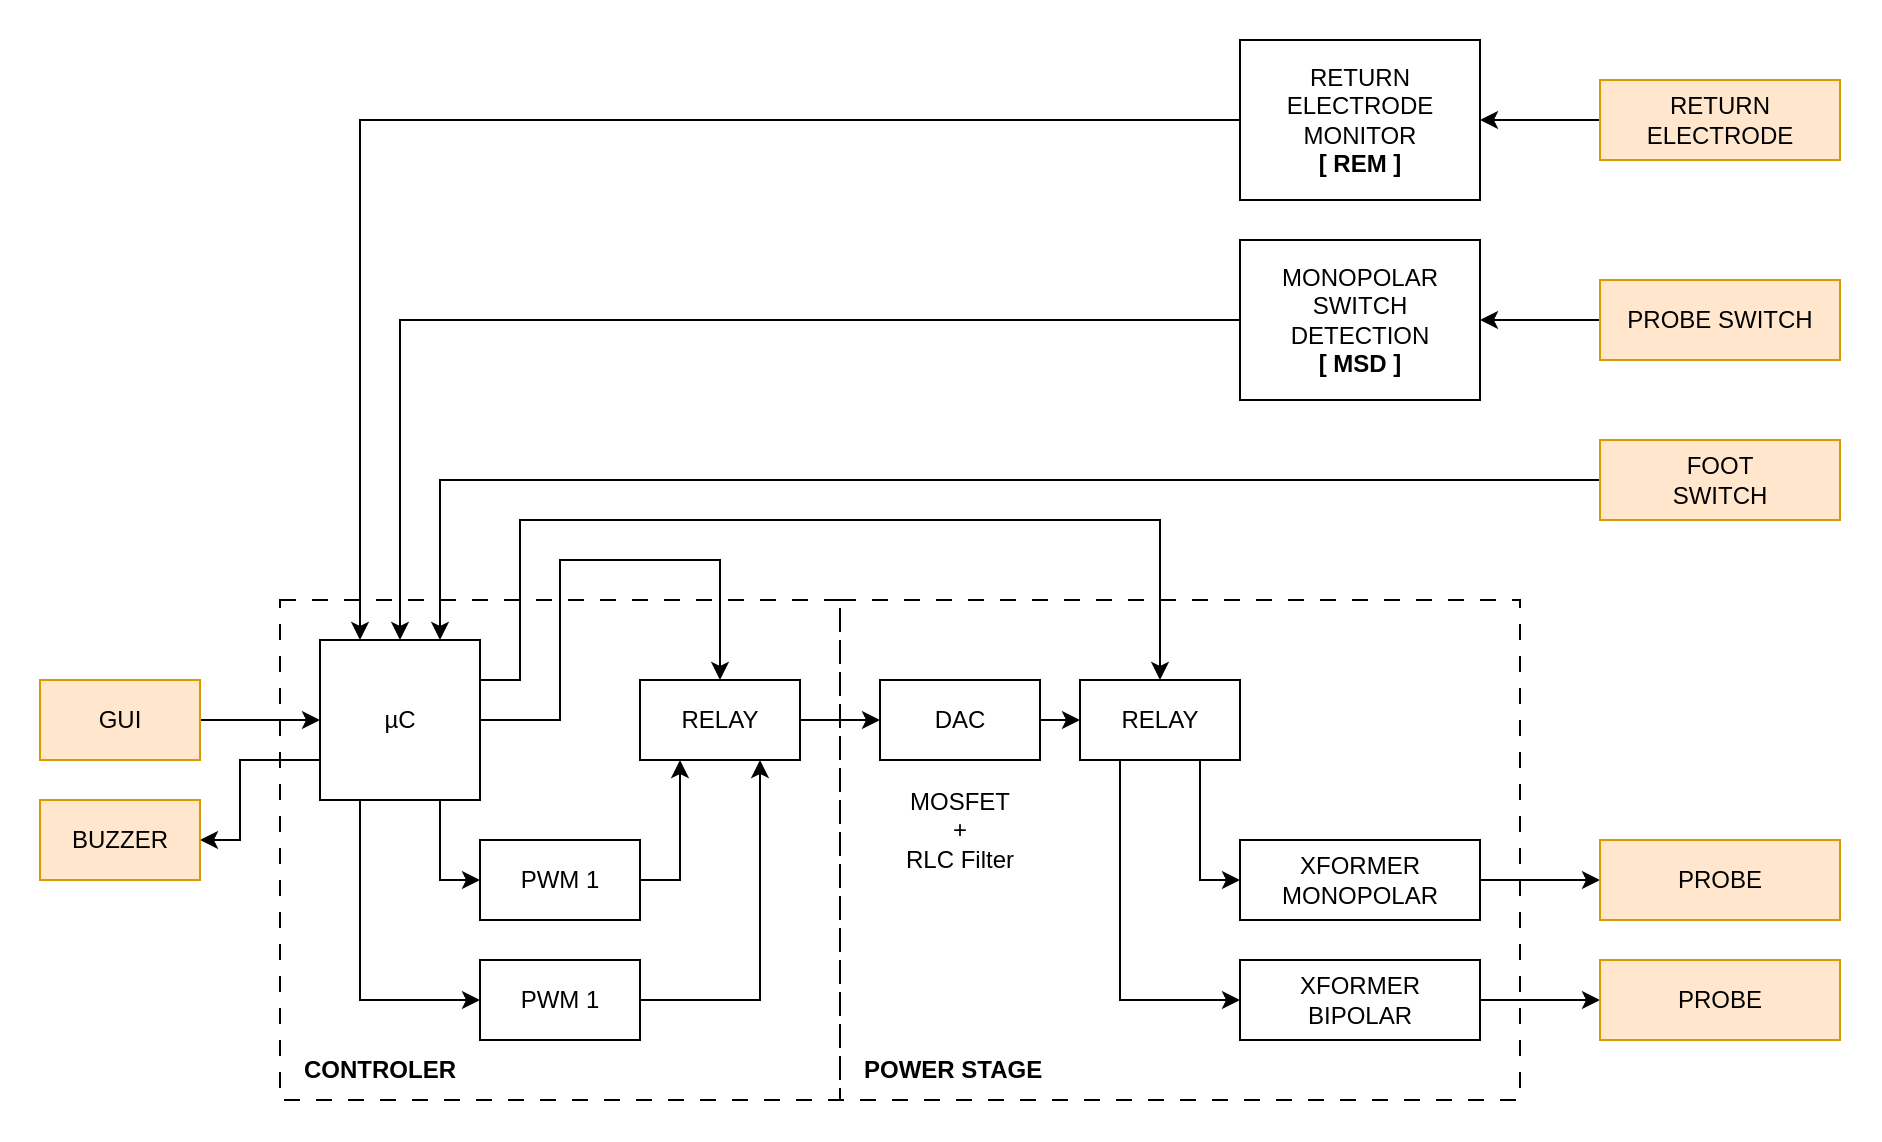
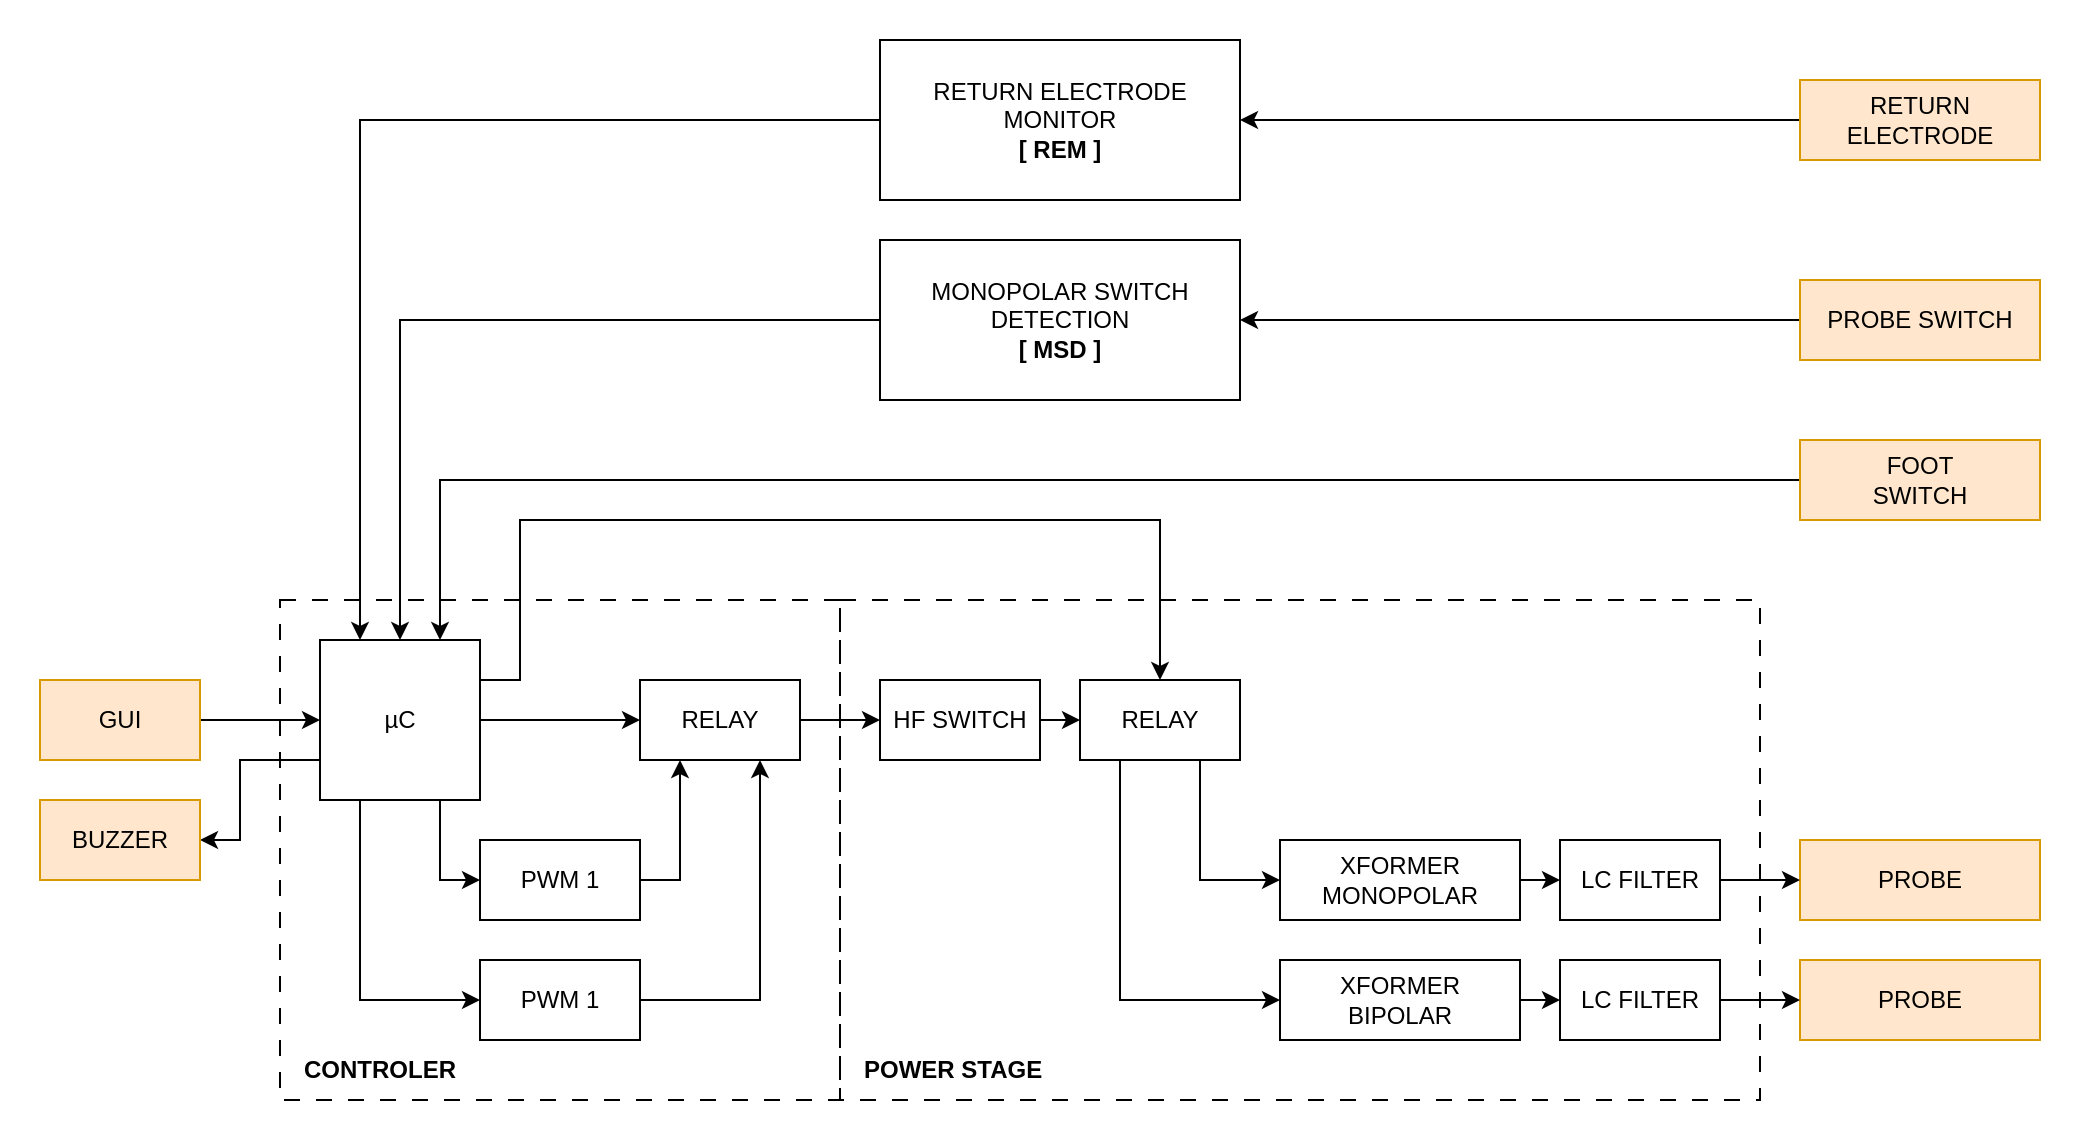
- <mxfile host="app.diagrams.net" agent="Mozilla/5.0 (Macintosh; Intel Mac OS X 10_15_7) AppleWebKit/605.1.15 (KHTML, like Gecko) Version/18.0 Safari/605.1.15" version="26.1.1">
+ <mxfile host="Electron" agent="Mozilla/5.0 (Macintosh; Intel Mac OS X 10_15_7) AppleWebKit/537.36 (KHTML, like Gecko) draw.io/27.0.9 Chrome/134.0.6998.205 Electron/35.4.0 Safari/537.36" version="27.0.9">
  <diagram name="Page-1" id="lGJAKMOtNASJiG4ymPsX">
-     <mxGraphModel dx="2213" dy="924" grid="1" gridSize="10" guides="1" tooltips="1" connect="1" arrows="1" fold="1" page="1" pageScale="1" pageWidth="850" pageHeight="1100" math="0" shadow="0">
+     <mxGraphModel dx="1113" dy="861" grid="1" gridSize="10" guides="1" tooltips="1" connect="1" arrows="1" fold="1" page="1" pageScale="1" pageWidth="850" pageHeight="1100" math="0" shadow="0">
      <root>
        <mxCell id="0" />
        <mxCell id="1" parent="0" />
-         <mxCell id="9y6h02osWJ8CDRBxh5Tl-43" value="" style="rounded=0;whiteSpace=wrap;html=1;fillColor=none;strokeColor=none;" vertex="1" parent="1">
-           <mxGeometry x="-120" y="80" width="940" height="570" as="geometry" />
+         <mxCell id="9y6h02osWJ8CDRBxh5Tl-43" value="" style="rounded=0;whiteSpace=wrap;html=1;fillColor=none;strokeColor=none;labelBackgroundColor=none;fillStyle=solid;" parent="1" vertex="1">
+           <mxGeometry y="80" width="1040" height="570" as="geometry" />
        </mxCell>
-         <mxCell id="9y6h02osWJ8CDRBxh5Tl-30" value="" style="rounded=0;whiteSpace=wrap;html=1;fillColor=none;dashed=1;dashPattern=8 8;" vertex="1" parent="1">
-           <mxGeometry x="20" y="380" width="280" height="250" as="geometry" />
+         <mxCell id="9y6h02osWJ8CDRBxh5Tl-30" value="" style="rounded=0;whiteSpace=wrap;html=1;fillColor=none;dashed=1;dashPattern=8 8;" parent="1" vertex="1">
+           <mxGeometry x="140" y="380" width="280" height="250" as="geometry" />
        </mxCell>
-         <mxCell id="9y6h02osWJ8CDRBxh5Tl-33" value="" style="rounded=0;whiteSpace=wrap;html=1;fillColor=none;dashed=1;dashPattern=8 8;" vertex="1" parent="1">
-           <mxGeometry x="300" y="380" width="340" height="250" as="geometry" />
+         <mxCell id="9y6h02osWJ8CDRBxh5Tl-33" value="" style="rounded=0;whiteSpace=wrap;html=1;fillColor=none;dashed=1;dashPattern=8 8;" parent="1" vertex="1">
+           <mxGeometry x="420" y="380" width="460" height="250" as="geometry" />
        </mxCell>
-         <mxCell id="9y6h02osWJ8CDRBxh5Tl-16" style="edgeStyle=orthogonalEdgeStyle;rounded=0;orthogonalLoop=1;jettySize=auto;html=1;exitX=1;exitY=0.5;exitDx=0;exitDy=0;entryX=0;entryY=0.5;entryDx=0;entryDy=0;" edge="1" parent="1" source="9y6h02osWJ8CDRBxh5Tl-57" target="9y6h02osWJ8CDRBxh5Tl-58">
+         <mxCell id="9y6h02osWJ8CDRBxh5Tl-16" style="edgeStyle=orthogonalEdgeStyle;rounded=0;orthogonalLoop=1;jettySize=auto;html=1;exitX=1;exitY=0.5;exitDx=0;exitDy=0;entryX=0;entryY=0.5;entryDx=0;entryDy=0;" parent="1" source="9y6h02osWJ8CDRBxh5Tl-57" target="9y6h02osWJ8CDRBxh5Tl-58" edge="1">
+           <mxGeometry relative="1" as="geometry">
+             <mxPoint x="600" y="440" as="sourcePoint" />
+             <mxPoint x="640" y="440" as="targetPoint" />
+           </mxGeometry>
+         </mxCell>
+         <mxCell id="9y6h02osWJ8CDRBxh5Tl-9" style="edgeStyle=orthogonalEdgeStyle;rounded=0;orthogonalLoop=1;jettySize=auto;html=1;exitX=1;exitY=0.5;exitDx=0;exitDy=0;entryX=0;entryY=0.5;entryDx=0;entryDy=0;" parent="1" source="9y6h02osWJ8CDRBxh5Tl-56" target="9y6h02osWJ8CDRBxh5Tl-57" edge="1">
          <mxGeometry relative="1" as="geometry">
            <mxPoint x="480" y="440" as="sourcePoint" />
            <mxPoint x="520" y="440" as="targetPoint" />
          </mxGeometry>
        </mxCell>
-         <mxCell id="9y6h02osWJ8CDRBxh5Tl-9" style="edgeStyle=orthogonalEdgeStyle;rounded=0;orthogonalLoop=1;jettySize=auto;html=1;exitX=1;exitY=0.5;exitDx=0;exitDy=0;entryX=0;entryY=0.5;entryDx=0;entryDy=0;" edge="1" parent="1" source="9y6h02osWJ8CDRBxh5Tl-56" target="9y6h02osWJ8CDRBxh5Tl-57">
+         <mxCell id="9y6h02osWJ8CDRBxh5Tl-23" style="edgeStyle=orthogonalEdgeStyle;rounded=0;orthogonalLoop=1;jettySize=auto;html=1;exitX=1;exitY=0.25;exitDx=0;exitDy=0;entryX=0.5;entryY=0;entryDx=0;entryDy=0;" parent="1" source="9y6h02osWJ8CDRBxh5Tl-10" target="9y6h02osWJ8CDRBxh5Tl-58" edge="1">
          <mxGeometry relative="1" as="geometry">
-             <mxPoint x="360" y="440" as="sourcePoint" />
-             <mxPoint x="400" y="440" as="targetPoint" />
-           </mxGeometry>
-         </mxCell>
-         <mxCell id="9y6h02osWJ8CDRBxh5Tl-23" style="edgeStyle=orthogonalEdgeStyle;rounded=0;orthogonalLoop=1;jettySize=auto;html=1;exitX=1;exitY=0.25;exitDx=0;exitDy=0;entryX=0.5;entryY=0;entryDx=0;entryDy=0;" edge="1" parent="1" source="9y6h02osWJ8CDRBxh5Tl-10" target="9y6h02osWJ8CDRBxh5Tl-58">
-           <mxGeometry relative="1" as="geometry">
-             <mxPoint x="560" y="400" as="targetPoint" />
+             <mxPoint x="680" y="400" as="targetPoint" />
            <Array as="points">
-               <mxPoint x="140" y="420" />
-               <mxPoint x="140" y="340" />
-               <mxPoint x="460" y="340" />
+               <mxPoint x="260" y="420" />
+               <mxPoint x="260" y="340" />
+               <mxPoint x="580" y="340" />
            </Array>
          </mxGeometry>
        </mxCell>
-         <mxCell id="9y6h02osWJ8CDRBxh5Tl-48" style="edgeStyle=orthogonalEdgeStyle;rounded=0;orthogonalLoop=1;jettySize=auto;html=1;exitX=0;exitY=0.75;exitDx=0;exitDy=0;entryX=1;entryY=0.5;entryDx=0;entryDy=0;" edge="1" parent="1" source="9y6h02osWJ8CDRBxh5Tl-10" target="9y6h02osWJ8CDRBxh5Tl-44">
+         <mxCell id="9y6h02osWJ8CDRBxh5Tl-48" style="edgeStyle=orthogonalEdgeStyle;rounded=0;orthogonalLoop=1;jettySize=auto;html=1;exitX=0;exitY=0.75;exitDx=0;exitDy=0;entryX=1;entryY=0.5;entryDx=0;entryDy=0;" parent="1" source="9y6h02osWJ8CDRBxh5Tl-10" target="9y6h02osWJ8CDRBxh5Tl-44" edge="1">
          <mxGeometry relative="1" as="geometry">
            <Array as="points">
-               <mxPoint y="460" />
-               <mxPoint y="500" />
+               <mxPoint x="120" y="460" />
+               <mxPoint x="120" y="500" />
            </Array>
          </mxGeometry>
        </mxCell>
-         <mxCell id="9y6h02osWJ8CDRBxh5Tl-50" style="edgeStyle=orthogonalEdgeStyle;rounded=0;orthogonalLoop=1;jettySize=auto;html=1;exitX=0.75;exitY=1;exitDx=0;exitDy=0;entryX=0;entryY=0.5;entryDx=0;entryDy=0;" edge="1" parent="1" source="9y6h02osWJ8CDRBxh5Tl-10" target="9y6h02osWJ8CDRBxh5Tl-49">
+         <mxCell id="9y6h02osWJ8CDRBxh5Tl-50" style="edgeStyle=orthogonalEdgeStyle;rounded=0;orthogonalLoop=1;jettySize=auto;html=1;exitX=0.75;exitY=1;exitDx=0;exitDy=0;entryX=0;entryY=0.5;entryDx=0;entryDy=0;" parent="1" source="9y6h02osWJ8CDRBxh5Tl-10" target="9y6h02osWJ8CDRBxh5Tl-49" edge="1">
          <mxGeometry relative="1" as="geometry" />
        </mxCell>
-         <mxCell id="9y6h02osWJ8CDRBxh5Tl-54" style="edgeStyle=orthogonalEdgeStyle;rounded=0;orthogonalLoop=1;jettySize=auto;html=1;exitX=0.25;exitY=1;exitDx=0;exitDy=0;entryX=0;entryY=0.5;entryDx=0;entryDy=0;" edge="1" parent="1" source="9y6h02osWJ8CDRBxh5Tl-10" target="9y6h02osWJ8CDRBxh5Tl-53">
+         <mxCell id="9y6h02osWJ8CDRBxh5Tl-54" style="edgeStyle=orthogonalEdgeStyle;rounded=0;orthogonalLoop=1;jettySize=auto;html=1;exitX=0.25;exitY=1;exitDx=0;exitDy=0;entryX=0;entryY=0.5;entryDx=0;entryDy=0;" parent="1" source="9y6h02osWJ8CDRBxh5Tl-10" target="9y6h02osWJ8CDRBxh5Tl-53" edge="1">
          <mxGeometry relative="1" as="geometry" />
        </mxCell>
-         <mxCell id="9y6h02osWJ8CDRBxh5Tl-60" style="edgeStyle=orthogonalEdgeStyle;rounded=0;orthogonalLoop=1;jettySize=auto;html=1;exitX=1;exitY=0.5;exitDx=0;exitDy=0;entryX=0.5;entryY=0;entryDx=0;entryDy=0;" edge="1" parent="1" source="9y6h02osWJ8CDRBxh5Tl-10" target="9y6h02osWJ8CDRBxh5Tl-56">
+         <mxCell id="9y6h02osWJ8CDRBxh5Tl-60" style="edgeStyle=orthogonalEdgeStyle;rounded=0;orthogonalLoop=1;jettySize=auto;html=1;exitX=1;exitY=0.5;exitDx=0;exitDy=0;entryX=0;entryY=0.5;entryDx=0;entryDy=0;" parent="1" source="9y6h02osWJ8CDRBxh5Tl-10" target="9y6h02osWJ8CDRBxh5Tl-56" edge="1">
          <mxGeometry relative="1" as="geometry">
            <Array as="points">
-               <mxPoint x="160" y="440" />
-               <mxPoint x="160" y="360" />
-               <mxPoint x="240" y="360" />
+               <mxPoint x="320" y="440" />
+               <mxPoint x="320" y="440" />
            </Array>
          </mxGeometry>
        </mxCell>
-         <mxCell id="9y6h02osWJ8CDRBxh5Tl-10" value="µC" style="rounded=0;whiteSpace=wrap;html=1;" vertex="1" parent="1">
-           <mxGeometry x="40" y="400" width="80" height="80" as="geometry" />
+         <mxCell id="9y6h02osWJ8CDRBxh5Tl-10" value="µC" style="rounded=0;whiteSpace=wrap;html=1;" parent="1" vertex="1">
+           <mxGeometry x="160" y="400" width="80" height="80" as="geometry" />
        </mxCell>
-         <mxCell id="9y6h02osWJ8CDRBxh5Tl-69" style="edgeStyle=orthogonalEdgeStyle;rounded=0;orthogonalLoop=1;jettySize=auto;html=1;exitX=1;exitY=0.5;exitDx=0;exitDy=0;entryX=0;entryY=0.5;entryDx=0;entryDy=0;" edge="1" parent="1" source="9y6h02osWJ8CDRBxh5Tl-18" target="9y6h02osWJ8CDRBxh5Tl-67">
+         <mxCell id="bND9FI77Pmz1nXRL4Sbd-13" style="edgeStyle=orthogonalEdgeStyle;rounded=0;orthogonalLoop=1;jettySize=auto;html=1;exitX=1;exitY=0.5;exitDx=0;exitDy=0;entryX=0;entryY=0.5;entryDx=0;entryDy=0;" edge="1" parent="1" source="9y6h02osWJ8CDRBxh5Tl-18" target="bND9FI77Pmz1nXRL4Sbd-8">
          <mxGeometry relative="1" as="geometry" />
        </mxCell>
-         <mxCell id="9y6h02osWJ8CDRBxh5Tl-18" value="XFORMER&lt;div&gt;MONOPOLAR&lt;/div&gt;" style="rounded=0;whiteSpace=wrap;html=1;" vertex="1" parent="1">
-           <mxGeometry x="500" y="500" width="120" height="40" as="geometry" />
+         <mxCell id="9y6h02osWJ8CDRBxh5Tl-18" value="XFORMER&lt;div&gt;MONOPOLAR&lt;/div&gt;" style="rounded=0;whiteSpace=wrap;html=1;" parent="1" vertex="1">
+           <mxGeometry x="640" y="500" width="120" height="40" as="geometry" />
        </mxCell>
-         <mxCell id="9y6h02osWJ8CDRBxh5Tl-70" style="edgeStyle=orthogonalEdgeStyle;rounded=0;orthogonalLoop=1;jettySize=auto;html=1;exitX=1;exitY=0.5;exitDx=0;exitDy=0;" edge="1" parent="1" source="9y6h02osWJ8CDRBxh5Tl-19" target="9y6h02osWJ8CDRBxh5Tl-68">
+         <mxCell id="bND9FI77Pmz1nXRL4Sbd-14" style="edgeStyle=orthogonalEdgeStyle;rounded=0;orthogonalLoop=1;jettySize=auto;html=1;exitX=1;exitY=0.5;exitDx=0;exitDy=0;entryX=0;entryY=0.5;entryDx=0;entryDy=0;" edge="1" parent="1" source="9y6h02osWJ8CDRBxh5Tl-19" target="bND9FI77Pmz1nXRL4Sbd-9">
          <mxGeometry relative="1" as="geometry" />
        </mxCell>
-         <mxCell id="9y6h02osWJ8CDRBxh5Tl-19" value="XFORMER&lt;div&gt;BIPOLAR&lt;/div&gt;" style="rounded=0;whiteSpace=wrap;html=1;" vertex="1" parent="1">
-           <mxGeometry x="500" y="560" width="120" height="40" as="geometry" />
+         <mxCell id="9y6h02osWJ8CDRBxh5Tl-19" value="XFORMER&lt;div&gt;BIPOLAR&lt;/div&gt;" style="rounded=0;whiteSpace=wrap;html=1;" parent="1" vertex="1">
+           <mxGeometry x="640" y="560" width="120" height="40" as="geometry" />
        </mxCell>
-         <mxCell id="9y6h02osWJ8CDRBxh5Tl-25" style="edgeStyle=orthogonalEdgeStyle;rounded=0;orthogonalLoop=1;jettySize=auto;html=1;exitX=0;exitY=0.5;exitDx=0;exitDy=0;entryX=0.5;entryY=0;entryDx=0;entryDy=0;" edge="1" parent="1" source="9y6h02osWJ8CDRBxh5Tl-24" target="9y6h02osWJ8CDRBxh5Tl-10">
+         <mxCell id="9y6h02osWJ8CDRBxh5Tl-25" style="edgeStyle=orthogonalEdgeStyle;rounded=0;orthogonalLoop=1;jettySize=auto;html=1;exitX=0;exitY=0.5;exitDx=0;exitDy=0;entryX=0.5;entryY=0;entryDx=0;entryDy=0;" parent="1" source="9y6h02osWJ8CDRBxh5Tl-24" target="9y6h02osWJ8CDRBxh5Tl-10" edge="1">
          <mxGeometry relative="1" as="geometry" />
        </mxCell>
-         <mxCell id="9y6h02osWJ8CDRBxh5Tl-24" value="MONOPOLAR SWITCH DETECTION&lt;div&gt;&lt;b&gt;[ MSD ]&lt;/b&gt;&lt;/div&gt;" style="rounded=0;whiteSpace=wrap;html=1;" vertex="1" parent="1">
-           <mxGeometry x="500" y="200" width="120" height="80" as="geometry" />
+         <mxCell id="9y6h02osWJ8CDRBxh5Tl-24" value="MONOPOLAR SWITCH DETECTION&lt;div&gt;&lt;b&gt;[ MSD ]&lt;/b&gt;&lt;/div&gt;" style="rounded=0;whiteSpace=wrap;html=1;" parent="1" vertex="1">
+           <mxGeometry x="440" y="200" width="180" height="80" as="geometry" />
        </mxCell>
-         <mxCell id="9y6h02osWJ8CDRBxh5Tl-27" style="edgeStyle=orthogonalEdgeStyle;rounded=0;orthogonalLoop=1;jettySize=auto;html=1;exitX=0;exitY=0.5;exitDx=0;exitDy=0;entryX=0.25;entryY=0;entryDx=0;entryDy=0;" edge="1" parent="1" source="9y6h02osWJ8CDRBxh5Tl-26" target="9y6h02osWJ8CDRBxh5Tl-10">
+         <mxCell id="9y6h02osWJ8CDRBxh5Tl-27" style="edgeStyle=orthogonalEdgeStyle;rounded=0;orthogonalLoop=1;jettySize=auto;html=1;exitX=0;exitY=0.5;exitDx=0;exitDy=0;entryX=0.25;entryY=0;entryDx=0;entryDy=0;" parent="1" source="9y6h02osWJ8CDRBxh5Tl-26" target="9y6h02osWJ8CDRBxh5Tl-10" edge="1">
          <mxGeometry relative="1" as="geometry" />
        </mxCell>
-         <mxCell id="9y6h02osWJ8CDRBxh5Tl-26" value="RETURN ELECTRODE MONITOR&lt;div&gt;&lt;b&gt;[ REM ]&lt;/b&gt;&lt;/div&gt;" style="rounded=0;whiteSpace=wrap;html=1;" vertex="1" parent="1">
-           <mxGeometry x="500" y="100" width="120" height="80" as="geometry" />
+         <mxCell id="9y6h02osWJ8CDRBxh5Tl-26" value="RETURN ELECTRODE MONITOR&lt;div&gt;&lt;b&gt;[ REM ]&lt;/b&gt;&lt;/div&gt;" style="rounded=0;whiteSpace=wrap;html=1;" parent="1" vertex="1">
+           <mxGeometry x="440" y="100" width="180" height="80" as="geometry" />
        </mxCell>
-         <mxCell id="9y6h02osWJ8CDRBxh5Tl-28" value="MOSFET&lt;div&gt;+&lt;br&gt;&lt;div&gt;RLC Filter&lt;/div&gt;&lt;/div&gt;" style="text;html=1;align=center;verticalAlign=middle;whiteSpace=wrap;rounded=0;" vertex="1" parent="1">
-           <mxGeometry x="320" y="470" width="80" height="50" as="geometry" />
+         <mxCell id="9y6h02osWJ8CDRBxh5Tl-34" value="CONTROLER" style="text;html=1;align=left;verticalAlign=middle;whiteSpace=wrap;rounded=0;fontStyle=1" parent="1" vertex="1">
+           <mxGeometry x="150" y="600" width="110" height="30" as="geometry" />
        </mxCell>
-         <mxCell id="9y6h02osWJ8CDRBxh5Tl-34" value="CONTROLER" style="text;html=1;align=left;verticalAlign=middle;whiteSpace=wrap;rounded=0;fontStyle=1" vertex="1" parent="1">
-           <mxGeometry x="30" y="600" width="110" height="30" as="geometry" />
+         <mxCell id="9y6h02osWJ8CDRBxh5Tl-35" value="POWER STAGE" style="text;html=1;align=left;verticalAlign=middle;whiteSpace=wrap;rounded=0;fontStyle=1" parent="1" vertex="1">
+           <mxGeometry x="430" y="600" width="110" height="30" as="geometry" />
        </mxCell>
-         <mxCell id="9y6h02osWJ8CDRBxh5Tl-35" value="POWER STAGE" style="text;html=1;align=left;verticalAlign=middle;whiteSpace=wrap;rounded=0;fontStyle=1" vertex="1" parent="1">
-           <mxGeometry x="310" y="600" width="110" height="30" as="geometry" />
-         </mxCell>
-         <mxCell id="9y6h02osWJ8CDRBxh5Tl-38" style="edgeStyle=orthogonalEdgeStyle;rounded=0;orthogonalLoop=1;jettySize=auto;html=1;exitX=0;exitY=0.5;exitDx=0;exitDy=0;entryX=0.75;entryY=0;entryDx=0;entryDy=0;" edge="1" parent="1" source="9y6h02osWJ8CDRBxh5Tl-36" target="9y6h02osWJ8CDRBxh5Tl-10">
+         <mxCell id="9y6h02osWJ8CDRBxh5Tl-38" style="edgeStyle=orthogonalEdgeStyle;rounded=0;orthogonalLoop=1;jettySize=auto;html=1;exitX=0;exitY=0.5;exitDx=0;exitDy=0;entryX=0.75;entryY=0;entryDx=0;entryDy=0;" parent="1" source="9y6h02osWJ8CDRBxh5Tl-36" target="9y6h02osWJ8CDRBxh5Tl-10" edge="1">
          <mxGeometry relative="1" as="geometry" />
        </mxCell>
-         <mxCell id="9y6h02osWJ8CDRBxh5Tl-36" value="FOOT&lt;div&gt;SWITCH&lt;/div&gt;" style="rounded=0;whiteSpace=wrap;html=1;fillColor=#ffe6cc;strokeColor=#d79b00;" vertex="1" parent="1">
-           <mxGeometry x="680" y="300" width="120" height="40" as="geometry" />
+         <mxCell id="9y6h02osWJ8CDRBxh5Tl-36" value="FOOT&lt;div&gt;SWITCH&lt;/div&gt;" style="rounded=0;whiteSpace=wrap;html=1;fillColor=#ffe6cc;strokeColor=#d79b00;" parent="1" vertex="1">
+           <mxGeometry x="900" y="300" width="120" height="40" as="geometry" />
        </mxCell>
-         <mxCell id="9y6h02osWJ8CDRBxh5Tl-41" style="edgeStyle=orthogonalEdgeStyle;rounded=0;orthogonalLoop=1;jettySize=auto;html=1;exitX=1;exitY=0.5;exitDx=0;exitDy=0;entryX=0;entryY=0.5;entryDx=0;entryDy=0;" edge="1" parent="1" source="9y6h02osWJ8CDRBxh5Tl-40" target="9y6h02osWJ8CDRBxh5Tl-10">
+         <mxCell id="9y6h02osWJ8CDRBxh5Tl-41" style="edgeStyle=orthogonalEdgeStyle;rounded=0;orthogonalLoop=1;jettySize=auto;html=1;exitX=1;exitY=0.5;exitDx=0;exitDy=0;entryX=0;entryY=0.5;entryDx=0;entryDy=0;" parent="1" source="9y6h02osWJ8CDRBxh5Tl-40" target="9y6h02osWJ8CDRBxh5Tl-10" edge="1">
          <mxGeometry relative="1" as="geometry" />
        </mxCell>
-         <mxCell id="9y6h02osWJ8CDRBxh5Tl-40" value="GUI" style="rounded=0;whiteSpace=wrap;html=1;fillColor=#ffe6cc;strokeColor=#d79b00;" vertex="1" parent="1">
-           <mxGeometry x="-100" y="420" width="80" height="40" as="geometry" />
+         <mxCell id="9y6h02osWJ8CDRBxh5Tl-40" value="GUI" style="rounded=0;whiteSpace=wrap;html=1;fillColor=#ffe6cc;strokeColor=#d79b00;" parent="1" vertex="1">
+           <mxGeometry x="20" y="420" width="80" height="40" as="geometry" />
        </mxCell>
-         <mxCell id="9y6h02osWJ8CDRBxh5Tl-44" value="BUZZER" style="rounded=0;whiteSpace=wrap;html=1;fillColor=#ffe6cc;strokeColor=#d79b00;" vertex="1" parent="1">
-           <mxGeometry x="-100" y="480" width="80" height="40" as="geometry" />
+         <mxCell id="9y6h02osWJ8CDRBxh5Tl-44" value="BUZZER" style="rounded=0;whiteSpace=wrap;html=1;fillColor=#ffe6cc;strokeColor=#d79b00;" parent="1" vertex="1">
+           <mxGeometry x="20" y="480" width="80" height="40" as="geometry" />
        </mxCell>
-         <mxCell id="9y6h02osWJ8CDRBxh5Tl-52" style="edgeStyle=orthogonalEdgeStyle;rounded=0;orthogonalLoop=1;jettySize=auto;html=1;exitX=1;exitY=0.5;exitDx=0;exitDy=0;entryX=0.25;entryY=1;entryDx=0;entryDy=0;" edge="1" parent="1" source="9y6h02osWJ8CDRBxh5Tl-49" target="9y6h02osWJ8CDRBxh5Tl-56">
+         <mxCell id="9y6h02osWJ8CDRBxh5Tl-52" style="edgeStyle=orthogonalEdgeStyle;rounded=0;orthogonalLoop=1;jettySize=auto;html=1;exitX=1;exitY=0.5;exitDx=0;exitDy=0;entryX=0.25;entryY=1;entryDx=0;entryDy=0;" parent="1" source="9y6h02osWJ8CDRBxh5Tl-49" target="9y6h02osWJ8CDRBxh5Tl-56" edge="1">
          <mxGeometry relative="1" as="geometry">
-             <mxPoint x="300" y="480" as="targetPoint" />
+             <mxPoint x="420" y="480" as="targetPoint" />
          </mxGeometry>
        </mxCell>
-         <mxCell id="9y6h02osWJ8CDRBxh5Tl-49" value="PWM 1" style="rounded=0;whiteSpace=wrap;html=1;" vertex="1" parent="1">
-           <mxGeometry x="120" y="500" width="80" height="40" as="geometry" />
+         <mxCell id="9y6h02osWJ8CDRBxh5Tl-49" value="PWM 1" style="rounded=0;whiteSpace=wrap;html=1;" parent="1" vertex="1">
+           <mxGeometry x="240" y="500" width="80" height="40" as="geometry" />
        </mxCell>
-         <mxCell id="9y6h02osWJ8CDRBxh5Tl-55" style="edgeStyle=orthogonalEdgeStyle;rounded=0;orthogonalLoop=1;jettySize=auto;html=1;exitX=1;exitY=0.5;exitDx=0;exitDy=0;entryX=0.75;entryY=1;entryDx=0;entryDy=0;" edge="1" parent="1" source="9y6h02osWJ8CDRBxh5Tl-53" target="9y6h02osWJ8CDRBxh5Tl-56">
+         <mxCell id="9y6h02osWJ8CDRBxh5Tl-55" style="edgeStyle=orthogonalEdgeStyle;rounded=0;orthogonalLoop=1;jettySize=auto;html=1;exitX=1;exitY=0.5;exitDx=0;exitDy=0;entryX=0.75;entryY=1;entryDx=0;entryDy=0;" parent="1" source="9y6h02osWJ8CDRBxh5Tl-53" target="9y6h02osWJ8CDRBxh5Tl-56" edge="1">
          <mxGeometry relative="1" as="geometry">
-             <mxPoint x="340" y="480" as="targetPoint" />
+             <mxPoint x="460" y="480" as="targetPoint" />
          </mxGeometry>
        </mxCell>
-         <mxCell id="9y6h02osWJ8CDRBxh5Tl-53" value="PWM 1" style="rounded=0;whiteSpace=wrap;html=1;" vertex="1" parent="1">
-           <mxGeometry x="120" y="560" width="80" height="40" as="geometry" />
+         <mxCell id="9y6h02osWJ8CDRBxh5Tl-53" value="PWM 1" style="rounded=0;whiteSpace=wrap;html=1;" parent="1" vertex="1">
+           <mxGeometry x="240" y="560" width="80" height="40" as="geometry" />
        </mxCell>
-         <mxCell id="9y6h02osWJ8CDRBxh5Tl-56" value="RELAY" style="rounded=0;whiteSpace=wrap;html=1;" vertex="1" parent="1">
-           <mxGeometry x="200" y="420" width="80" height="40" as="geometry" />
-         </mxCell>
-         <mxCell id="9y6h02osWJ8CDRBxh5Tl-57" value="DAC" style="rounded=0;whiteSpace=wrap;html=1;" vertex="1" parent="1">
+         <mxCell id="9y6h02osWJ8CDRBxh5Tl-56" value="RELAY" style="rounded=0;whiteSpace=wrap;html=1;" parent="1" vertex="1">
          <mxGeometry x="320" y="420" width="80" height="40" as="geometry" />
        </mxCell>
-         <mxCell id="9y6h02osWJ8CDRBxh5Tl-61" style="edgeStyle=orthogonalEdgeStyle;rounded=0;orthogonalLoop=1;jettySize=auto;html=1;exitX=0.25;exitY=1;exitDx=0;exitDy=0;entryX=0;entryY=0.5;entryDx=0;entryDy=0;" edge="1" parent="1" source="9y6h02osWJ8CDRBxh5Tl-58" target="9y6h02osWJ8CDRBxh5Tl-19">
+         <mxCell id="9y6h02osWJ8CDRBxh5Tl-57" value="HF SWITCH" style="rounded=0;whiteSpace=wrap;html=1;" parent="1" vertex="1">
+           <mxGeometry x="440" y="420" width="80" height="40" as="geometry" />
+         </mxCell>
+         <mxCell id="9y6h02osWJ8CDRBxh5Tl-61" style="edgeStyle=orthogonalEdgeStyle;rounded=0;orthogonalLoop=1;jettySize=auto;html=1;exitX=0.25;exitY=1;exitDx=0;exitDy=0;entryX=0;entryY=0.5;entryDx=0;entryDy=0;" parent="1" source="9y6h02osWJ8CDRBxh5Tl-58" target="9y6h02osWJ8CDRBxh5Tl-19" edge="1">
          <mxGeometry relative="1" as="geometry" />
        </mxCell>
-         <mxCell id="9y6h02osWJ8CDRBxh5Tl-62" style="edgeStyle=orthogonalEdgeStyle;rounded=0;orthogonalLoop=1;jettySize=auto;html=1;exitX=0.75;exitY=1;exitDx=0;exitDy=0;entryX=0;entryY=0.5;entryDx=0;entryDy=0;" edge="1" parent="1" source="9y6h02osWJ8CDRBxh5Tl-58" target="9y6h02osWJ8CDRBxh5Tl-18">
+         <mxCell id="bND9FI77Pmz1nXRL4Sbd-1" style="edgeStyle=orthogonalEdgeStyle;rounded=0;orthogonalLoop=1;jettySize=auto;html=1;exitX=0.75;exitY=1;exitDx=0;exitDy=0;entryX=0;entryY=0.5;entryDx=0;entryDy=0;" edge="1" parent="1" source="9y6h02osWJ8CDRBxh5Tl-58" target="9y6h02osWJ8CDRBxh5Tl-18">
          <mxGeometry relative="1" as="geometry" />
        </mxCell>
-         <mxCell id="9y6h02osWJ8CDRBxh5Tl-58" value="RELAY" style="rounded=0;whiteSpace=wrap;html=1;" vertex="1" parent="1">
-           <mxGeometry x="420" y="420" width="80" height="40" as="geometry" />
+         <mxCell id="9y6h02osWJ8CDRBxh5Tl-58" value="RELAY" style="rounded=0;whiteSpace=wrap;html=1;" parent="1" vertex="1">
+           <mxGeometry x="540" y="420" width="80" height="40" as="geometry" />
        </mxCell>
-         <mxCell id="9y6h02osWJ8CDRBxh5Tl-66" style="edgeStyle=orthogonalEdgeStyle;rounded=0;orthogonalLoop=1;jettySize=auto;html=1;exitX=0;exitY=0.5;exitDx=0;exitDy=0;entryX=1;entryY=0.5;entryDx=0;entryDy=0;" edge="1" parent="1" source="9y6h02osWJ8CDRBxh5Tl-63" target="9y6h02osWJ8CDRBxh5Tl-26">
+         <mxCell id="9y6h02osWJ8CDRBxh5Tl-66" style="edgeStyle=orthogonalEdgeStyle;rounded=0;orthogonalLoop=1;jettySize=auto;html=1;exitX=0;exitY=0.5;exitDx=0;exitDy=0;entryX=1;entryY=0.5;entryDx=0;entryDy=0;" parent="1" source="9y6h02osWJ8CDRBxh5Tl-63" target="9y6h02osWJ8CDRBxh5Tl-26" edge="1">
          <mxGeometry relative="1" as="geometry" />
        </mxCell>
-         <mxCell id="9y6h02osWJ8CDRBxh5Tl-63" value="RETURN ELECTRODE" style="rounded=0;whiteSpace=wrap;html=1;fillColor=#ffe6cc;strokeColor=#d79b00;" vertex="1" parent="1">
-           <mxGeometry x="680" y="120" width="120" height="40" as="geometry" />
+         <mxCell id="9y6h02osWJ8CDRBxh5Tl-63" value="RETURN ELECTRODE" style="rounded=0;whiteSpace=wrap;html=1;fillColor=#ffe6cc;strokeColor=#d79b00;" parent="1" vertex="1">
+           <mxGeometry x="900" y="120" width="120" height="40" as="geometry" />
        </mxCell>
-         <mxCell id="9y6h02osWJ8CDRBxh5Tl-65" style="edgeStyle=orthogonalEdgeStyle;rounded=0;orthogonalLoop=1;jettySize=auto;html=1;exitX=0;exitY=0.5;exitDx=0;exitDy=0;entryX=1;entryY=0.5;entryDx=0;entryDy=0;" edge="1" parent="1" source="9y6h02osWJ8CDRBxh5Tl-64" target="9y6h02osWJ8CDRBxh5Tl-24">
+         <mxCell id="9y6h02osWJ8CDRBxh5Tl-65" style="edgeStyle=orthogonalEdgeStyle;rounded=0;orthogonalLoop=1;jettySize=auto;html=1;exitX=0;exitY=0.5;exitDx=0;exitDy=0;entryX=1;entryY=0.5;entryDx=0;entryDy=0;" parent="1" source="9y6h02osWJ8CDRBxh5Tl-64" target="9y6h02osWJ8CDRBxh5Tl-24" edge="1">
          <mxGeometry relative="1" as="geometry" />
        </mxCell>
-         <mxCell id="9y6h02osWJ8CDRBxh5Tl-64" value="PROBE SWITCH" style="rounded=0;whiteSpace=wrap;html=1;fillColor=#ffe6cc;strokeColor=#d79b00;" vertex="1" parent="1">
-           <mxGeometry x="680" y="220" width="120" height="40" as="geometry" />
+         <mxCell id="9y6h02osWJ8CDRBxh5Tl-64" value="PROBE SWITCH" style="rounded=0;whiteSpace=wrap;html=1;fillColor=#ffe6cc;strokeColor=#d79b00;" parent="1" vertex="1">
+           <mxGeometry x="900" y="220" width="120" height="40" as="geometry" />
        </mxCell>
-         <mxCell id="9y6h02osWJ8CDRBxh5Tl-67" value="PROBE" style="rounded=0;whiteSpace=wrap;html=1;fillColor=#ffe6cc;strokeColor=#d79b00;" vertex="1" parent="1">
-           <mxGeometry x="680" y="500" width="120" height="40" as="geometry" />
+         <mxCell id="9y6h02osWJ8CDRBxh5Tl-67" value="PROBE" style="rounded=0;whiteSpace=wrap;html=1;fillColor=#ffe6cc;strokeColor=#d79b00;" parent="1" vertex="1">
+           <mxGeometry x="900" y="500" width="120" height="40" as="geometry" />
        </mxCell>
-         <mxCell id="9y6h02osWJ8CDRBxh5Tl-68" value="PROBE" style="rounded=0;whiteSpace=wrap;html=1;fillColor=#ffe6cc;strokeColor=#d79b00;" vertex="1" parent="1">
-           <mxGeometry x="680" y="560" width="120" height="40" as="geometry" />
+         <mxCell id="9y6h02osWJ8CDRBxh5Tl-68" value="PROBE" style="rounded=0;whiteSpace=wrap;html=1;fillColor=#ffe6cc;strokeColor=#d79b00;" parent="1" vertex="1">
+           <mxGeometry x="900" y="560" width="120" height="40" as="geometry" />
+         </mxCell>
+         <mxCell id="bND9FI77Pmz1nXRL4Sbd-10" style="edgeStyle=orthogonalEdgeStyle;rounded=0;orthogonalLoop=1;jettySize=auto;html=1;exitX=1;exitY=0.5;exitDx=0;exitDy=0;entryX=0;entryY=0.5;entryDx=0;entryDy=0;" edge="1" parent="1" source="bND9FI77Pmz1nXRL4Sbd-8" target="9y6h02osWJ8CDRBxh5Tl-67">
+           <mxGeometry relative="1" as="geometry" />
+         </mxCell>
+         <mxCell id="bND9FI77Pmz1nXRL4Sbd-8" value="LC FILTER" style="rounded=0;whiteSpace=wrap;html=1;" vertex="1" parent="1">
+           <mxGeometry x="780" y="500" width="80" height="40" as="geometry" />
+         </mxCell>
+         <mxCell id="bND9FI77Pmz1nXRL4Sbd-11" style="edgeStyle=orthogonalEdgeStyle;rounded=0;orthogonalLoop=1;jettySize=auto;html=1;exitX=1;exitY=0.5;exitDx=0;exitDy=0;entryX=0;entryY=0.5;entryDx=0;entryDy=0;" edge="1" parent="1" source="bND9FI77Pmz1nXRL4Sbd-9" target="9y6h02osWJ8CDRBxh5Tl-68">
+           <mxGeometry relative="1" as="geometry" />
+         </mxCell>
+         <mxCell id="bND9FI77Pmz1nXRL4Sbd-9" value="LC FILTER" style="rounded=0;whiteSpace=wrap;html=1;" vertex="1" parent="1">
+           <mxGeometry x="780" y="560" width="80" height="40" as="geometry" />
        </mxCell>
      </root>
    </mxGraphModel>
  </diagram>
</mxfile>
